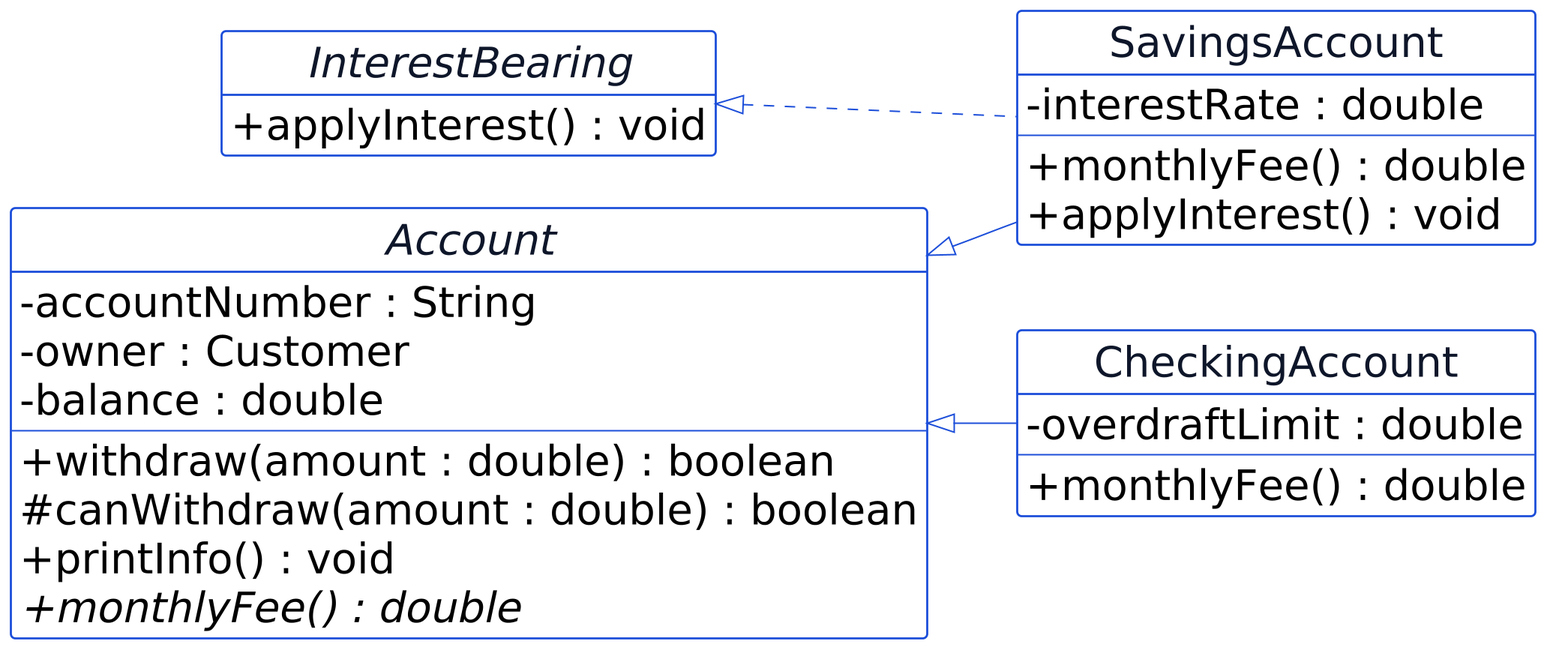
This is assets/uml/src/p10-account-abstract.png from dhanifudin/oop, a PlantUML export, as it was before one commit.
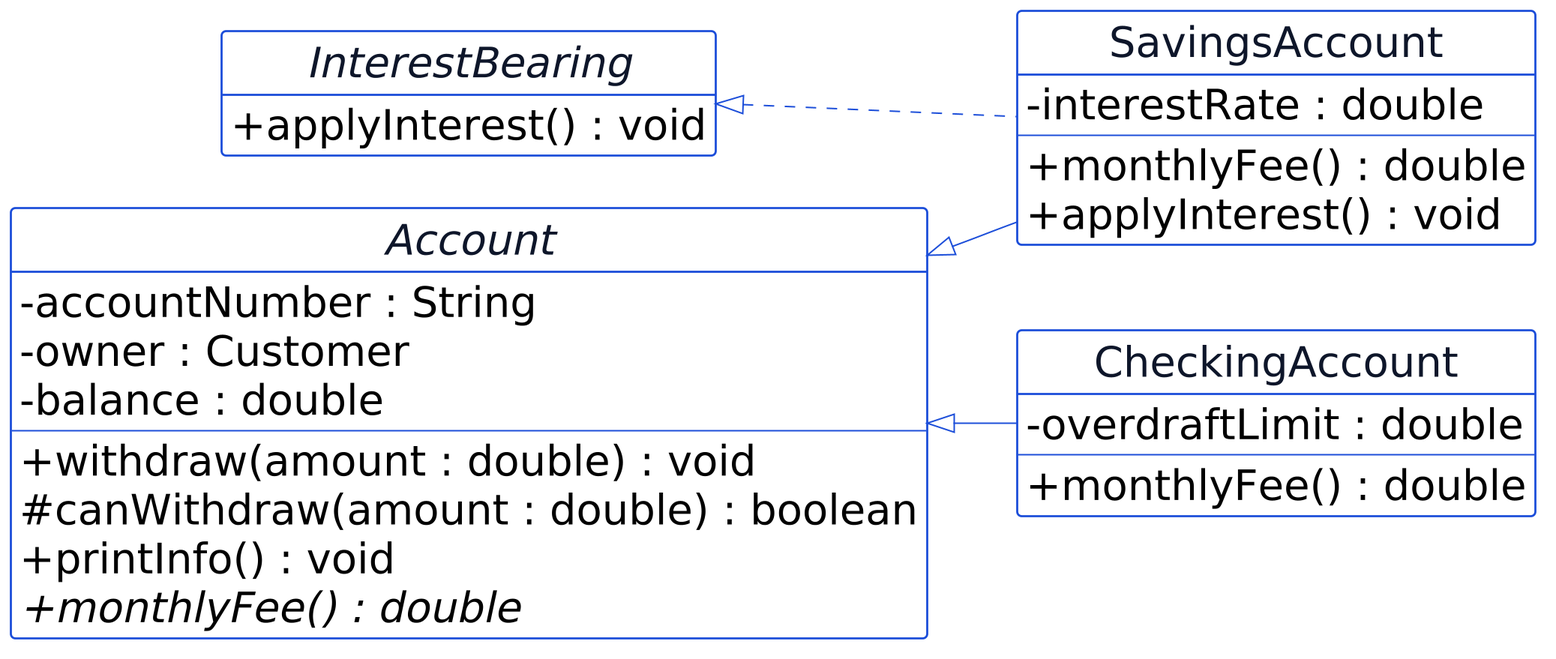
The same file after the commit.

What changed in the source:
```diff
@@ -10,7 +10,7 @@
   - owner : Customer
   - balance : double
   --
-  + withdraw(amount : double) : boolean
+  + withdraw(amount : double) : void
   # canWithdraw(amount : double) : boolean
   + printInfo() : void
   + {abstract} monthlyFee() : double
```
